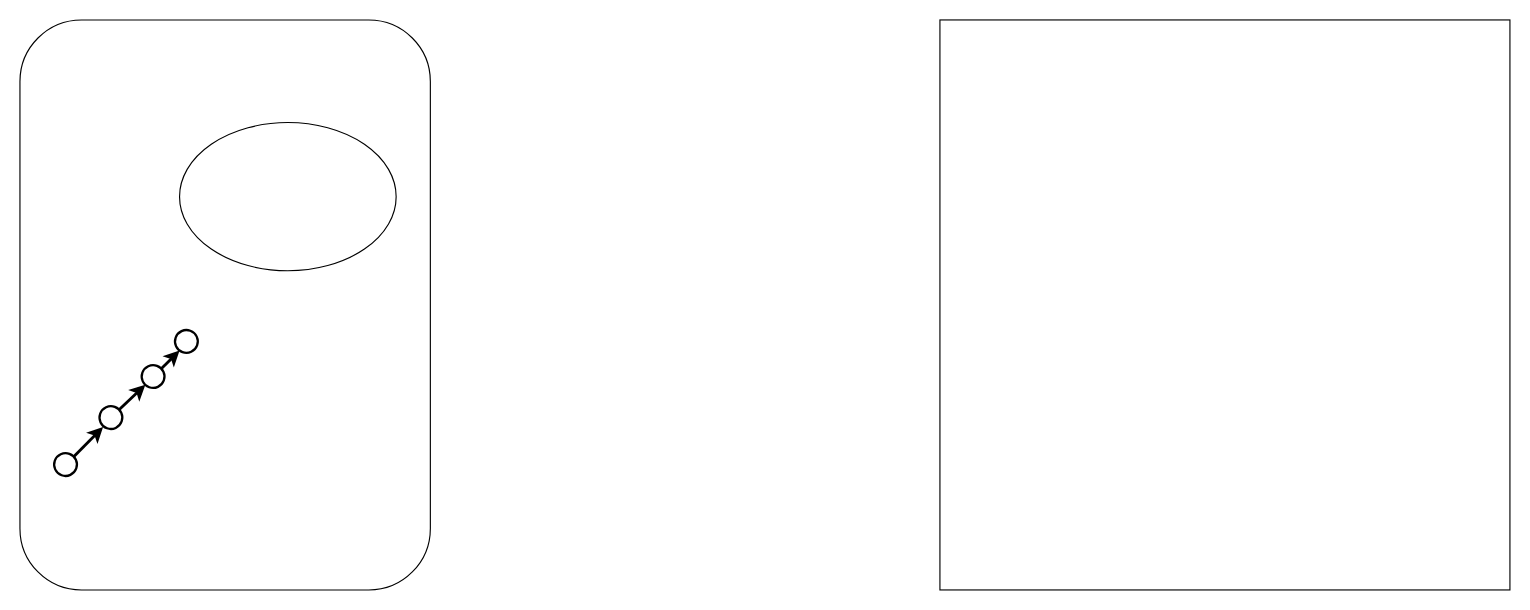
The draw.io diagram assets/未命名绘图.drawio in stellaHSR/AppEvalPilot, before the edit. Source tidied: cells renumbered, new cells numbered last; positions are measured from the earlier drawing's top-left corner, leaving out a move shared by most shapes. Both pictures are drawn from the tidied source at 114%, with x=0, y=0 at pixel (19, 19).
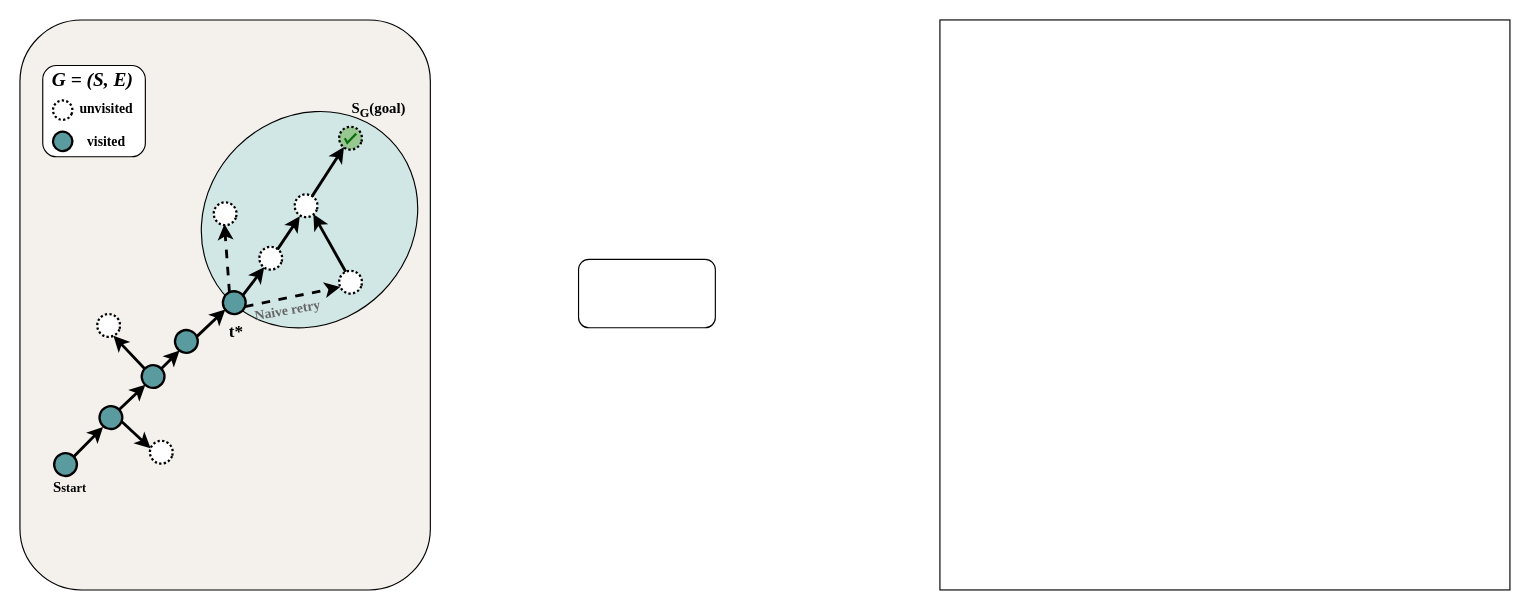
The same page after the edit.

Unchanged cells that the change refers to:
```xml
<mxCell id="4" style="group;" parent="1" vertex="1">
  <mxGeometry x="27.2" y="377.2" width="25.6" height="25.6" as="geometry" />
</mxCell>
```

Change to the diagram source:
```diff
@@
-    <mxCell id="2" style="rounded=1;whiteSpace=wrap;html=1;" parent="1" vertex="1">
+    <mxCell id="2" style="rounded=1;whiteSpace=wrap;html=1;fillColor=light-dark(#f4f1ec, #ededed);" parent="1" vertex="1">
       <mxGeometry width="360" height="500" as="geometry" />
     </mxCell>
+    <mxCell id="12" style="ellipse;whiteSpace=wrap;html=1;direction=south;rotation=-225;fillColor=light-dark(#d1e7e5, #ededed);" parent="1" vertex="1">
+      <mxGeometry x="154.4" y="85.2" width="199.2" height="180" as="geometry" />
+    </mxCell>
@@
-    <mxCell id="5" style="ellipse;whiteSpace=wrap;html=1;strokeWidth=2;rotation=20;" parent="4" vertex="1">
+    <mxCell id="5" style="ellipse;whiteSpace=wrap;html=1;strokeWidth=2;rotation=20;fillColor=#599B9F;" parent="4" vertex="1">
       <mxGeometry x="2.8" y="2.8" width="20" height="20" as="geometry" />
     </mxCell>
@@
-    <mxCell id="7" style="ellipse;whiteSpace=wrap;html=1;strokeWidth=2;rotation=20;" parent="1" vertex="1">
+    <mxCell id="7" style="ellipse;whiteSpace=wrap;html=1;strokeWidth=2;rotation=20;fillColor=#599B9F;" parent="1" vertex="1">
       <mxGeometry x="69.8" y="338.8" width="20" height="20" as="geometry" />
     </mxCell>
@@
-    <mxCell id="9" style="ellipse;whiteSpace=wrap;html=1;strokeWidth=2;rotation=20;" parent="1" vertex="1">
+    <mxCell id="9" style="ellipse;whiteSpace=wrap;html=1;strokeWidth=2;rotation=20;fillColor=#599B9F;" parent="1" vertex="1">
       <mxGeometry x="106.8" y="302.8" width="20" height="20" as="geometry" />
     </mxCell>
@@
-    <mxCell id="11" style="ellipse;whiteSpace=wrap;html=1;strokeWidth=2;rotation=20;" parent="1" vertex="1">
+    <mxCell id="11" style="ellipse;whiteSpace=wrap;html=1;strokeWidth=2;rotation=20;fillColor=#599B9F;" parent="1" vertex="1">
       <mxGeometry x="136" y="272" width="20" height="20" as="geometry" />
     </mxCell>
-    <mxCell id="12" style="ellipse;whiteSpace=wrap;html=1;direction=south;" parent="1" vertex="1">
-      <mxGeometry x="140" y="90" width="190" height="130" as="geometry" />
-    </mxCell>
+    <mxCell id="13" style="ellipse;whiteSpace=wrap;html=1;strokeWidth=2;rotation=20;fillColor=#599B9F;" parent="1" vertex="1">
+      <mxGeometry x="178" y="238" width="20" height="20" as="geometry" />
+    </mxCell>
+    <mxCell id="14" style="ellipse;whiteSpace=wrap;html=1;strokeWidth=2;rotation=20;dashed=1;dashPattern=1 1;" parent="1" vertex="1">
+      <mxGeometry x="210" y="199" width="20" height="20" as="geometry" />
+    </mxCell>
+    <mxCell id="15" style="ellipse;whiteSpace=wrap;html=1;strokeWidth=2;rotation=20;dashed=1;dashPattern=1 1;" parent="1" vertex="1">
+      <mxGeometry x="241" y="153" width="20" height="20" as="geometry" />
+    </mxCell>
+    <mxCell id="16" style="ellipse;whiteSpace=wrap;html=1;strokeWidth=2;rotation=20;dashed=1;dashPattern=1 1;" parent="1" vertex="1">
+      <mxGeometry x="280" y="220" width="20" height="20" as="geometry" />
+    </mxCell>
+    <mxCell id="17" style="ellipse;whiteSpace=wrap;html=1;strokeWidth=2;rotation=20;dashed=1;dashPattern=1 1;" parent="1" vertex="1">
+      <mxGeometry x="170" y="160" width="20" height="20" as="geometry" />
+    </mxCell>
+    <mxCell id="18" style="endArrow=classic;html=1;rounded=0;exitX=1;exitY=0;exitDx=0;exitDy=0;strokeWidth=2.5;entryX=0.233;entryY=0.916;entryDx=0;entryDy=0;entryPerimeter=0;" parent="1" edge="1" source="11" target="13">
+      <mxGeometry relative="1" as="geometry" />
+    </mxCell>
+    <mxCell id="19" style="ellipse;whiteSpace=wrap;html=1;strokeWidth=2;rotation=20;dashed=1;dashPattern=1 1;fillColor=light-dark(#98c892, #ededed);" parent="1" vertex="1">
+      <mxGeometry x="280" y="93.7" width="20" height="20" as="geometry" />
+    </mxCell>
+    <mxCell id="20" style="endArrow=classic;html=1;rounded=0;exitX=1;exitY=0.5;exitDx=0;exitDy=0;strokeWidth=2.5;entryX=0;entryY=1;entryDx=0;entryDy=0;dashed=1;" parent="1" edge="1" source="13" target="16">
+      <mxGeometry relative="1" as="geometry" />
+    </mxCell>
+    <mxCell id="21" style="endArrow=classic;html=1;rounded=0;exitX=0;exitY=0;exitDx=0;exitDy=0;strokeWidth=2.5;entryX=0.627;entryY=0.94;entryDx=0;entryDy=0;dashed=1;entryPerimeter=0;" parent="1" edge="1" source="13" target="17">
+      <mxGeometry relative="1" as="geometry" />
+    </mxCell>
+    <mxCell id="22" style="endArrow=classic;html=1;rounded=0;exitX=0.745;exitY=0.059;exitDx=0;exitDy=0;strokeWidth=2.5;exitPerimeter=0;entryX=0.365;entryY=0.975;entryDx=0;entryDy=0;entryPerimeter=0;" parent="1" edge="1" source="13" target="14">
+      <mxGeometry relative="1" as="geometry" />
+    </mxCell>
+    <mxCell id="23" style="endArrow=classic;html=1;rounded=0;exitX=0.646;exitY=0.034;exitDx=0;exitDy=0;strokeWidth=2.5;entryX=0.399;entryY=1.023;entryDx=0;entryDy=0;exitPerimeter=0;entryPerimeter=0;" parent="1" edge="1" source="14" target="15">
+      <mxGeometry relative="1" as="geometry" />
+    </mxCell>
+    <mxCell id="24" style="endArrow=classic;html=1;rounded=0;strokeWidth=2.5;entryX=0.362;entryY=0.966;entryDx=0;entryDy=0;entryPerimeter=0;" parent="1" edge="1" source="15" target="19">
+      <mxGeometry relative="1" as="geometry" />
+    </mxCell>
+    <mxCell id="25" style="endArrow=classic;html=1;rounded=0;strokeWidth=2.5;exitX=0;exitY=0;exitDx=0;exitDy=0;entryX=0.928;entryY=0.738;entryDx=0;entryDy=0;entryPerimeter=0;" parent="1" edge="1" source="16" target="15">
+      <mxGeometry relative="1" as="geometry" />
+    </mxCell>
+    <mxCell id="26" style="ellipse;whiteSpace=wrap;html=1;strokeWidth=2;rotation=20;dashed=1;dashPattern=1 1;" parent="1" vertex="1">
+      <mxGeometry x="114" y="369.2" width="20" height="20" as="geometry" />
+    </mxCell>
+    <mxCell id="27" style="ellipse;whiteSpace=wrap;html=1;strokeWidth=2;rotation=20;dashed=1;dashPattern=1 1;" parent="1" vertex="1">
+      <mxGeometry x="67.8" y="258" width="20" height="20" as="geometry" />
+    </mxCell>
+    <mxCell id="28" style="endArrow=classic;html=1;rounded=0;strokeWidth=2.5;entryX=0;entryY=0.5;entryDx=0;entryDy=0;exitX=1;exitY=0.5;exitDx=0;exitDy=0;" parent="1" edge="1" source="7" target="26">
+      <mxGeometry relative="1" as="geometry" />
+    </mxCell>
+    <mxCell id="29" style="endArrow=classic;html=1;rounded=0;strokeWidth=2.5;entryX=1;entryY=1;entryDx=0;entryDy=0;exitX=0.035;exitY=0.301;exitDx=0;exitDy=0;exitPerimeter=0;" parent="1" edge="1" source="9" target="27">
+      <mxGeometry relative="1" as="geometry" />
+    </mxCell>
+    <mxCell id="30" style="rounded=1;whiteSpace=wrap;html=1;" parent="1" vertex="1">
+      <mxGeometry x="490" y="210" width="120" height="60" as="geometry" />
+    </mxCell>
+    <mxCell id="31" style="html=1;verticalLabelPosition=bottom;labelBackgroundColor=#ffffff;verticalAlign=top;shadow=0;dashed=0;strokeWidth=2;shape=mxgraph.ios7.misc.check;strokeColor=light-dark(#006600,#66CC00);fillColor=none;opacity=90;" parent="1" vertex="1">
+      <mxGeometry x="285" y="99.7" width="10" height="8" as="geometry" />
+    </mxCell>
+    <mxCell id="32" style="group;" parent="1" vertex="1">
+      <mxGeometry x="20" y="40" width="90" height="81.5" as="geometry" />
+    </mxCell>
+    <mxCell id="33" style="rounded=1;whiteSpace=wrap;html=1;" parent="32" vertex="1">
+      <mxGeometry width="90" height="80" as="geometry" />
+    </mxCell>
+    <mxCell id="34" style="group;" parent="32" vertex="1">
+      <mxGeometry x="4" y="8" width="82" height="73.5" as="geometry" />
+    </mxCell>
+    <mxCell id="35" value="&lt;font&gt;&lt;b&gt;G = (S, E)&lt;/b&gt;&lt;/font&gt;&lt;div&gt;&lt;br&gt;&lt;/div&gt;" style="text;html=1;whiteSpace=wrap;strokeColor=none;fillColor=none;align=center;verticalAlign=middle;rounded=0;fontFamily=Times New Roman;fontSize=17;fontStyle=2;" parent="34" vertex="1">
+      <mxGeometry width="80" height="30" as="geometry" />
+    </mxCell>
+    <mxCell id="36" style="group;" parent="34" vertex="1">
+      <mxGeometry x="2.6" y="15" width="79.4" height="58.5" as="geometry" />
+    </mxCell>
+    <mxCell id="37" style="ellipse;whiteSpace=wrap;html=1;strokeWidth=2;rotation=20;dashed=1;dashPattern=1 1;" parent="36" vertex="1">
+      <mxGeometry x="2.4" y="7.6" width="17" height="17" as="geometry" />
+    </mxCell>
+    <mxCell id="38" style="ellipse;whiteSpace=wrap;html=1;strokeWidth=2;rotation=20;fillColor=#599B9F;" parent="36" vertex="1">
+      <mxGeometry x="2.4" y="35" width="17" height="17" as="geometry" />
+    </mxCell>
+    <mxCell id="39" value="&lt;b&gt;unvisited&lt;/b&gt;" style="text;html=1;whiteSpace=wrap;strokeColor=none;fillColor=none;align=center;verticalAlign=middle;rounded=0;fontFamily=Times New Roman;" parent="36" vertex="1">
+      <mxGeometry x="19.4" width="60" height="30" as="geometry" />
+    </mxCell>
+    <mxCell id="40" value="visited" style="text;html=1;whiteSpace=wrap;strokeColor=none;fillColor=none;align=center;verticalAlign=middle;rounded=0;fontStyle=1;fontFamily=Times New Roman;" parent="36" vertex="1">
+      <mxGeometry x="19.4" y="28.5" width="60" height="30" as="geometry" />
+    </mxCell>
+    <mxCell id="41" value="Naive retry" style="text;html=1;whiteSpace=wrap;strokeColor=none;fillColor=none;align=center;verticalAlign=middle;rounded=0;fontFamily=Times New Roman;fontStyle=1;fontColor=#666666;rotation=-10;" parent="1" vertex="1">
+      <mxGeometry x="190" y="240" width="90" height="30" as="geometry" />
+    </mxCell>
+    <mxCell id="42" value="S&lt;sub&gt;G&lt;/sub&gt;(goal)" style="text;html=1;whiteSpace=wrap;strokeColor=none;fillColor=none;align=center;verticalAlign=middle;rounded=0;fontFamily=Times New Roman;fontStyle=1;fontSize=13;" parent="1" vertex="1">
+      <mxGeometry x="285" y="63.7" width="60" height="30" as="geometry" />
+    </mxCell>
+    <mxCell id="43" value="S&lt;span style=&quot;font-size: 10.8333px;&quot;&gt;start&lt;/span&gt;" style="text;html=1;whiteSpace=wrap;strokeColor=none;fillColor=none;align=center;verticalAlign=middle;rounded=0;fontFamily=Times New Roman;fontStyle=1;fontSize=13;" parent="1" vertex="1">
+      <mxGeometry x="14" y="394.8" width="60" height="30" as="geometry" />
+    </mxCell>
+    <mxCell id="44" value="t*" style="text;html=1;whiteSpace=wrap;strokeColor=none;fillColor=none;align=center;verticalAlign=middle;rounded=0;fontFamily=Times New Roman;fontStyle=1;fontSize=15;" parent="1" vertex="1">
+      <mxGeometry x="160" y="258" width="60" height="30" as="geometry" />
+    </mxCell>
```
